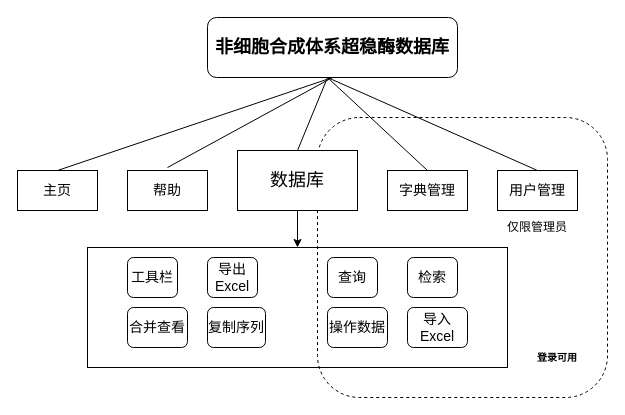
ciky1210/MachineLearning_Ng keeps this draw.io diagram as 数据库展示.drawio. Above is the earlier version. Source tidied: cells renumbered, new cells numbered last; positions are measured from the earlier drawing's top-left corner, leaving out a move shared by most shapes. Both pictures are drawn from the tidied source at 100%, with x=0, y=0 at pixel (17, 17).
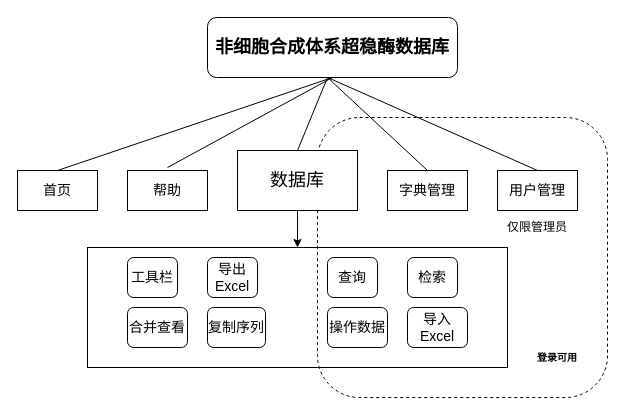
Above is the later version.

Commit message (it also covers changes not shown here):
Update 数据库展示.drawio

The edit, as a diff of the source:
```diff
@@
-    <mxCell id="4" value="&lt;font style=&quot;font-size: 14px&quot;&gt;主页&lt;/font&gt;" style="rounded=0;whiteSpace=wrap;html=1;" parent="1" vertex="1">
+    <mxCell id="4" value="&lt;font style=&quot;font-size: 14px&quot;&gt;首页&lt;/font&gt;" style="rounded=0;whiteSpace=wrap;html=1;" parent="1" vertex="1">
       <mxGeometry y="153" width="80" height="40" as="geometry" />
     </mxCell>
```
